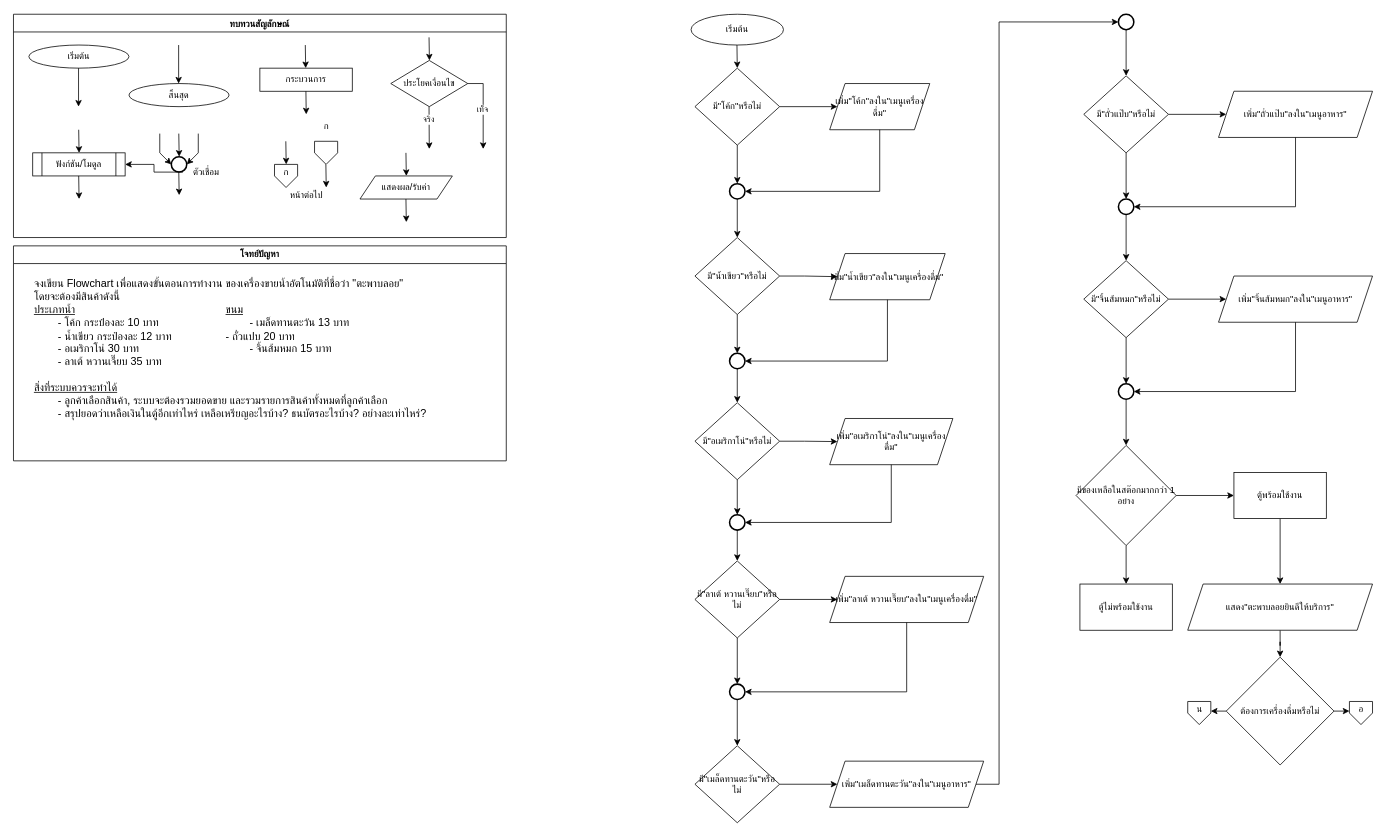
Above: page "ตรวจสอบสินค้า" (1 of 4) of Lab/lab02/Lab2.drawio in PattaraponR/ENGCC304 (draw.io), before the change. Source tidied: cells renumbered, new cells numbered last; positions are measured from the earlier drawing's top-left corner, leaving out a move shared by most shapes. Both pictures are drawn from the tidied source at 77%, with x=0, y=0 at pixel (13, 14).
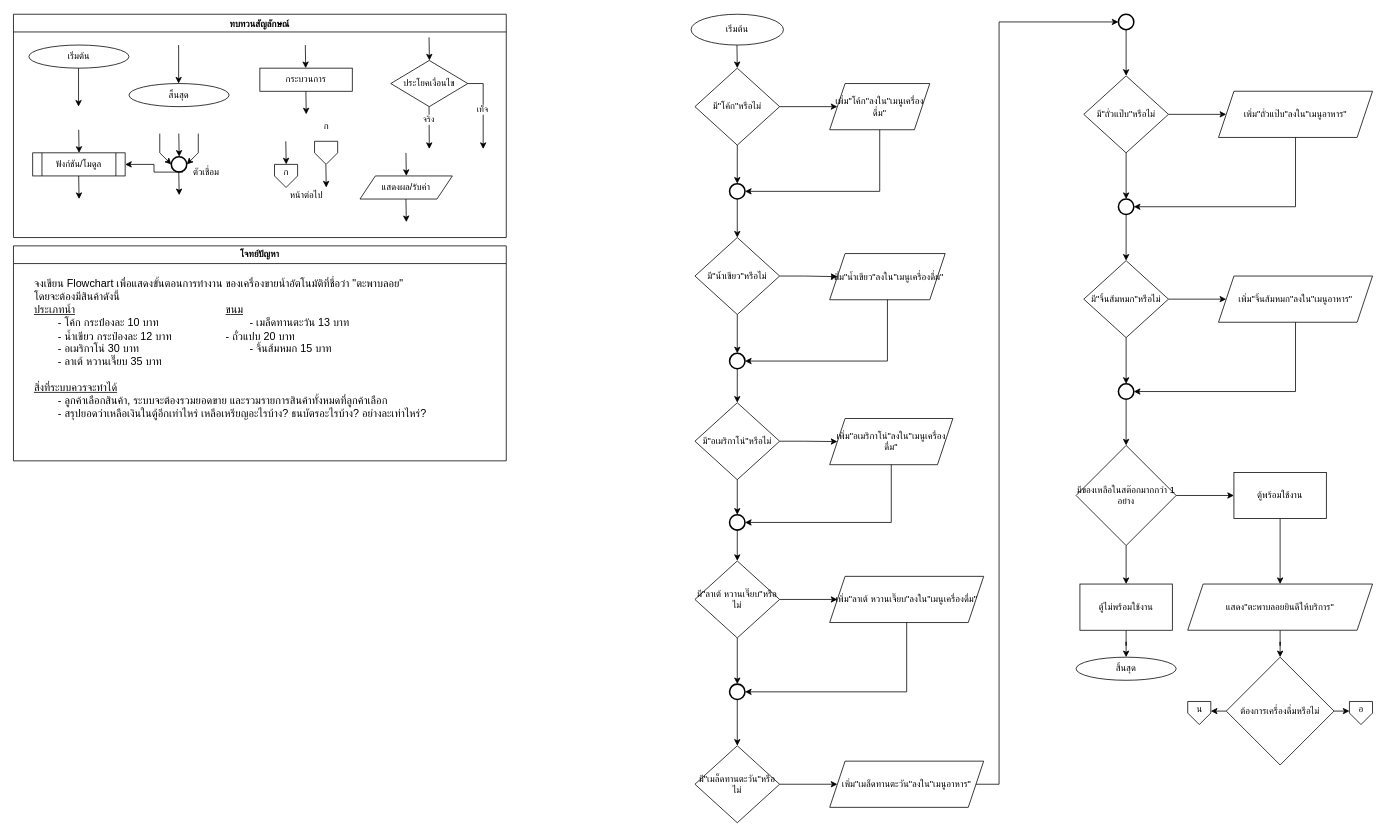
The same page after the edit.

Unchanged cells that the change refers to:
```xml
<mxCell id="94" value="ตู้ไม่พร้อมใช้งาน" style="rounded=0;whiteSpace=wrap;html=1;" parent="1" vertex="1">
  <mxGeometry x="1385" y="740" width="120" height="60" as="geometry" />
</mxCell>
```

The edit, as a diff of the source:
```diff
@@
+    <mxCell id="106" style="edgeStyle=orthogonalEdgeStyle;rounded=0;jettySize=auto;html=1;" parent="1" edge="1" source="94" target="107">
+      <mxGeometry relative="1" as="geometry" />
+    </mxCell>
@@
+    <mxCell id="107" value="&lt;font face=&quot;Sarabun&quot;&gt;สิ้นสุด&lt;/font&gt;" style="ellipse;whiteSpace=wrap;html=1;" parent="1" vertex="1">
+      <mxGeometry x="1380" y="835" width="130" height="30" as="geometry" />
+    </mxCell>
```
